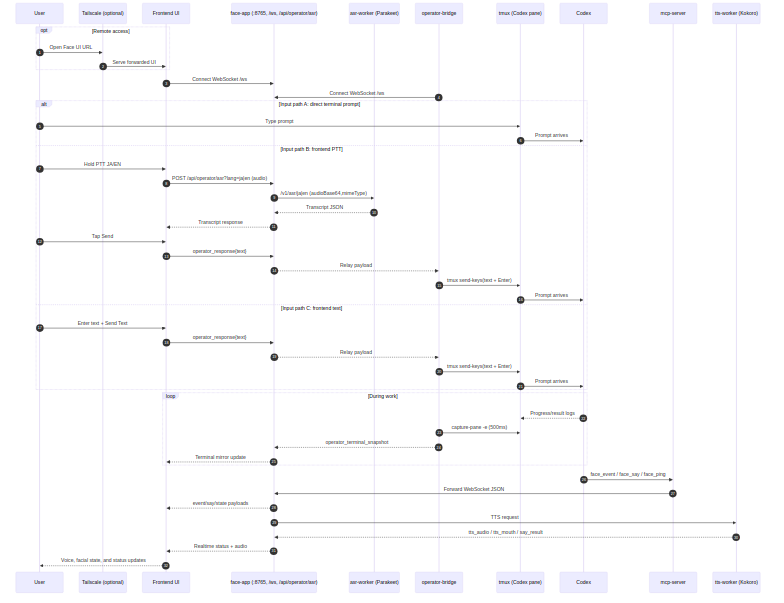
Before: doc/diagrams/sequence-timeline.png, a diagram exported from Mermaid (amariichi/MinimumHeadroom). Its source is kept beside it as doc/diagrams/sequence-timeline.mmd. Source of this version:
```mermaid
sequenceDiagram
  autonumber
  participant U as User
  participant TS as Tailscale (optional)
  participant FE as Frontend UI
  participant FA as face-app (:8765, /ws, /api/operator/asr)
  participant ASR as asr-worker (Parakeet)
  participant BR as operator-bridge
  participant TM as tmux (Codex pane)
  participant CX as Codex
  participant MCP as mcp-server
  participant TTS as tts-worker (Kokoro)

  opt Remote access
    U->>TS: Open Face UI URL
    TS->>FE: Serve forwarded UI
  end

  FE->>FA: Connect WebSocket /ws
  BR->>FA: Connect WebSocket /ws

  alt Input path A: direct terminal prompt
    U->>TM: Type prompt
    TM->>CX: Prompt arrives
  else Input path B: frontend PTT
    U->>FE: Hold PTT JA/EN
    FE->>FA: POST /api/operator/asr?lang=ja|en (audio)
    FA->>ASR: /v1/asr/ja|en (audioBase64,mimeType)
    ASR-->>FA: Transcript JSON
    FA-->>FE: Transcript response
    U->>FE: Tap Send
    FE->>FA: operator_response{text}
    FA-->>BR: Relay payload
    BR->>TM: tmux send-keys(text + Enter)
    TM->>CX: Prompt arrives
  else Input path C: frontend text
    U->>FE: Enter text + Send Text
    FE->>FA: operator_response{text}
    FA-->>BR: Relay payload
    BR->>TM: tmux send-keys(text + Enter)
    TM->>CX: Prompt arrives
  end

  loop During work
    CX-->>TM: Progress/result logs
    BR->>TM: capture-pane -e (500ms)
    BR-->>FA: operator_terminal_snapshot
    FA-->>FE: Terminal mirror update
  end

  CX->>MCP: face_event / face_say / face_ping
  MCP->>FA: Forward WebSocket JSON
  FA-->>FE: event/say/state payloads

  FA->>TTS: TTS request
  TTS-->>FA: tts_audio / tts_mouth / say_result
  FA-->>FE: Realtime status + audio
  FE-->>U: Voice, facial state, and status updates
```
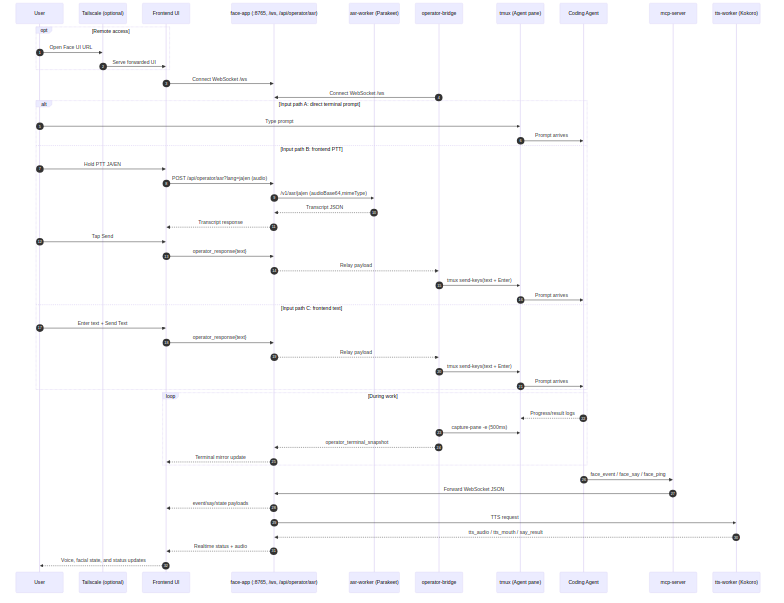
The same file after the commit.

What changed in the source:
```diff
@@ -6,8 +6,8 @@
   participant FA as face-app (:8765, /ws, /api/operator/asr)
   participant ASR as asr-worker (Parakeet)
   participant BR as operator-bridge
-  participant TM as tmux (Codex pane)
-  participant CX as Codex
+  participant TM as tmux (Agent pane)
+  participant CX as Coding Agent
   participant MCP as mcp-server
   participant TTS as tts-worker (Kokoro)
 
```
